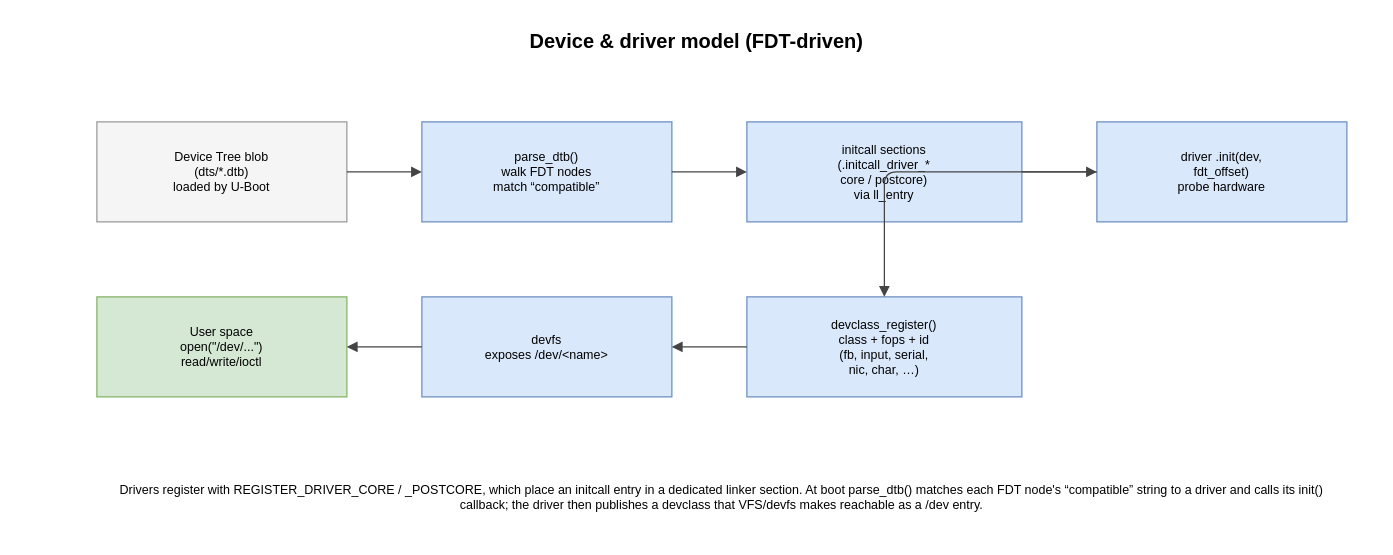
Earlier version of the draw.io diagram page "device-model" (9 of 11) of doc/source/img/so3.drawio (smartobjectoriented/so3). Source tidied: cells renumbered, new cells numbered last; positions are measured from the earlier drawing's top-left corner, leaving out a move shared by most shapes. Both pictures are drawn from the tidied source at 125%, with x=0, y=0 at pixel (21, 21).
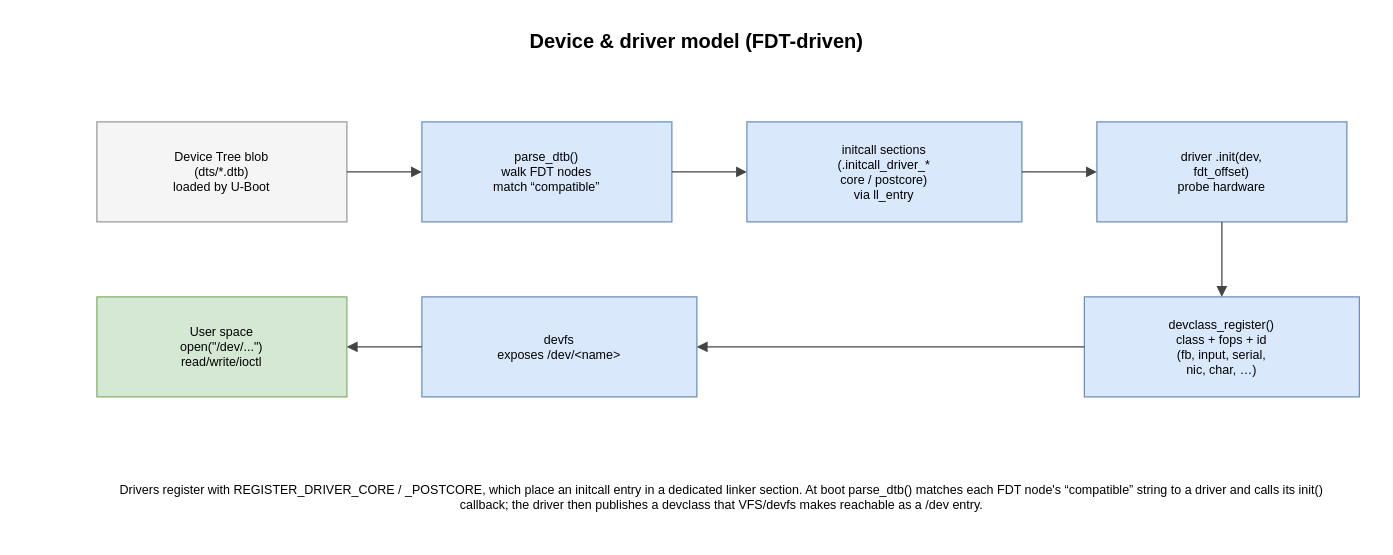
The same diagram, later.

What changed in the source:
```diff
@@
 <mxGraphModel>
   <root>
     <mxCell id="0" />
     <mxCell id="1" parent="0" />
     <mxCell id="2" value="Device &amp; driver model (FDT-driven)" style="text;html=1;whiteSpace=wrap;align=center;verticalAlign=middle;fontSize=16;fontStyle=1;" parent="1" vertex="1">
       <mxGeometry width="1080" height="30" as="geometry" />
     </mxCell>
     <mxCell id="3" value="Device Tree blob&#10;(dts/*.dtb)&#10;loaded by U-Boot" style="fillColor=#f5f5f5;strokeColor=#999999;fontSize=10;" parent="1" vertex="1">
       <mxGeometry x="60" y="80" width="200" height="80" as="geometry" />
     </mxCell>
     <mxCell id="4" value="parse_dtb()&#10;walk FDT nodes&#10;match “compatible”" style="fillColor=#dae8fc;strokeColor=#6c8ebf;fontSize=10;" parent="1" vertex="1">
       <mxGeometry x="320" y="80" width="200" height="80" as="geometry" />
     </mxCell>
     <mxCell id="5" value="initcall sections&#10;(.initcall_driver_*&#10;core / postcore)&#10;via ll_entry" style="fillColor=#dae8fc;strokeColor=#6c8ebf;fontSize=10;" parent="1" vertex="1">
       <mxGeometry x="580" y="80" width="220" height="80" as="geometry" />
     </mxCell>
     <mxCell id="6" value="driver .init(dev,&#10;fdt_offset)&#10;probe hardware" style="fillColor=#dae8fc;strokeColor=#6c8ebf;fontSize=10;" parent="1" vertex="1">
       <mxGeometry x="860" y="80" width="200" height="80" as="geometry" />
     </mxCell>
     <mxCell id="7" value="devclass_register()&#10;class + fops + id&#10;(fb, input, serial,&#10;nic, char, …)" style="fillColor=#dae8fc;strokeColor=#6c8ebf;fontSize=10;" parent="1" vertex="1">
-      <mxGeometry x="580" y="220" width="220" height="80" as="geometry" />
+      <mxGeometry x="850" y="220" width="220" height="80" as="geometry" />
     </mxCell>
     <mxCell id="8" value="devfs&#10;exposes /dev/&lt;name&gt;" style="fillColor=#dae8fc;strokeColor=#6c8ebf;fontSize=10;" parent="1" vertex="1">
-      <mxGeometry x="320" y="220" width="200" height="80" as="geometry" />
+      <mxGeometry x="320" y="220" width="220" height="80" as="geometry" />
     </mxCell>
     <mxCell id="9" value="User space&#10;open(&quot;/dev/...&quot;)&#10;read/write/ioctl" style="fillColor=#d5e8d4;strokeColor=#82b366;fontSize=10;" parent="1" vertex="1">
       <mxGeometry x="60" y="220" width="200" height="80" as="geometry" />
     </mxCell>
     <mxCell id="10" style="edgeStyle=orthogonalEdgeStyle;rounded=1;html=1;endArrow=block;strokeColor=#444444;fontSize=10;" parent="1" edge="1" source="3" target="4">
       <mxGeometry relative="1" as="geometry" />
     </mxCell>
     <mxCell id="11" style="edgeStyle=orthogonalEdgeStyle;rounded=1;html=1;endArrow=block;strokeColor=#444444;fontSize=10;" parent="1" edge="1" source="4" target="5">
       <mxGeometry relative="1" as="geometry" />
     </mxCell>
     <mxCell id="12" style="edgeStyle=orthogonalEdgeStyle;rounded=1;html=1;endArrow=block;strokeColor=#444444;fontSize=10;" parent="1" edge="1" source="5" target="6">
       <mxGeometry relative="1" as="geometry" />
     </mxCell>
-    <mxCell id="13" style="edgeStyle=orthogonalEdgeStyle;rounded=1;html=1;endArrow=block;strokeColor=#444444;fontSize=10;" parent="1" edge="1" source="6" target="7">
+    <mxCell id="13" style="edgeStyle=orthogonalEdgeStyle;rounded=1;html=1;endArrow=block;strokeColor=#444444;fontSize=10;exitX=0.5;exitY=1;entryX=0.5;entryY=0;" parent="1" edge="1" source="6" target="7">
       <mxGeometry relative="1" as="geometry" />
     </mxCell>
-    <mxCell id="14" style="edgeStyle=orthogonalEdgeStyle;rounded=1;html=1;endArrow=block;strokeColor=#444444;fontSize=10;" parent="1" edge="1" source="7" target="8">
+    <mxCell id="14" style="edgeStyle=orthogonalEdgeStyle;rounded=1;html=1;endArrow=block;strokeColor=#444444;fontSize=10;exitX=0;exitY=0.5;entryX=1;entryY=0.5;" parent="1" edge="1" source="7" target="8">
       <mxGeometry relative="1" as="geometry" />
     </mxCell>
-    <mxCell id="15" style="edgeStyle=orthogonalEdgeStyle;rounded=1;html=1;endArrow=block;strokeColor=#444444;fontSize=10;" parent="1" edge="1" source="8" target="9">
+    <mxCell id="15" style="edgeStyle=orthogonalEdgeStyle;rounded=1;html=1;endArrow=block;strokeColor=#444444;fontSize=10;exitX=0;exitY=0.5;entryX=1;entryY=0.5;" parent="1" edge="1" source="8" target="9">
       <mxGeometry relative="1" as="geometry" />
     </mxCell>
     <mxCell id="16" value="Drivers register with REGISTER_DRIVER_CORE / _POSTCORE, which place an initcall entry in a dedicated linker section. At boot parse_dtb() matches each FDT node's “compatible” string to a driver and calls its init() callback; the driver then publishes a devclass that VFS/devfs makes reachable as a /dev entry." style="text;html=1;whiteSpace=wrap;align=center;verticalAlign=middle;fontSize=10;" parent="1" vertex="1">
       <mxGeometry x="60" y="350" width="1000" height="60" as="geometry" />
     </mxCell>
   </root>
 </mxGraphModel>
```
